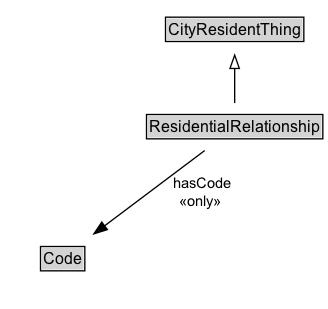
The Graphviz diagram docs/diagrams/ResidentialRelationship.dot.png in ISO-TC204/ontology-cdm-p2-v1, before a commit. Its source is kept beside it as docs/diagrams/ResidentialRelationship.dot.
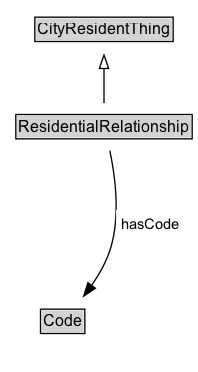
After the change.

Change to the diagram source:
```diff
@@ -3,18 +3,21 @@
 	node [fontname=Arial fontsize=12 margin=0 shape=none]
 	edge [fontname=Arial fontsize=11]
 	{
+		rank=source
+		CityResidentThing [label=<<TABLE BORDER="1" CELLBORDER="0" CELLSPACING="0" CELLPADDING="1"><TR><TD BGCOLOR="lightgray" ALIGN="CENTER">CityResidentThing</TD></TR></TABLE>> URL="../CityResidentThing" margin=0]
+	}
+	ResidentialRelationship [label=<<TABLE BORDER="1" CELLBORDER="0" CELLSPACING="0" CELLPADDING="1"><TR><TD BGCOLOR="lightgray" ALIGN="CENTER">ResidentialRelationship</TD></TR></TABLE>> URL="../ResidentialRelationship" margin=0]
+	{
 		rank=max
-		ResidentialRelationship [label=<<TABLE BORDER="1" CELLBORDER="0" CELLSPACING="0" CELLPADDING="1"><TR><TD BGCOLOR="lightgray" ALIGN="CENTER" PORT="e">ResidentialRelationship</TD></TR></TABLE>> URL="../ResidentialRelationship.md" margin=0]
 	}
 	subgraph cluster_associated {
 		label="" style=invis
 		Invis [label=<<TABLE BORDER="0" CELLBORDER="0" CELLSPACING="0" CELLPADDING="1"><TR><TD></TD></TR></TABLE>> margin=0 style=invis]
-		Code [label=<<TABLE BORDER="1" CELLBORDER="0" CELLSPACING="0" CELLPADDING="1"><TR><TD BGCOLOR="lightgray" ALIGN="CENTER">Code</TD></TR></TABLE>> URL="../Code.md" margin=0]
+		Code [label=<<TABLE BORDER="1" CELLBORDER="0" CELLSPACING="0" CELLPADDING="1"><TR><TD BGCOLOR="lightgray" ALIGN="CENTER">Code</TD></TR></TABLE>> URL="../Code" margin=0]
 	}
-	CityResidentThing [label=<<TABLE BORDER="1" CELLBORDER="0" CELLSPACING="0" CELLPADDING="1"><TR><TD BGCOLOR="lightgray" ALIGN="CENTER">CityResidentThing</TD></TR></TABLE>> URL="../CityResidentThing.md" margin=0]
 	ResidentialRelationship -> CityResidentThing [arrowhead=onormal style=solid]
 	ResidentialRelationship -> Invis [style=invis]
 	Invis -> Code [style=invis]
-	ResidentialRelationship -> Code [label=" hasCode
- «only»  " arrowhead=normal style=solid]
+	Code [label=<<TABLE BORDER="1" CELLBORDER="0" CELLSPACING="0" CELLPADDING="1"><TR><TD BGCOLOR="lightgray" ALIGN="CENTER">Code</TD></TR></TABLE>> URL="../Code" margin=0]
+	ResidentialRelationship -> Code [label=<<TABLE BORDER="0" CELLBORDER="0" CELLSPACING="0" CELLPADDING="4" BGCOLOR="white"><TR><TD ALIGN="CENTER">hasCode</TD></TR></TABLE>> arrowhead=normal style=solid]
 }
```
